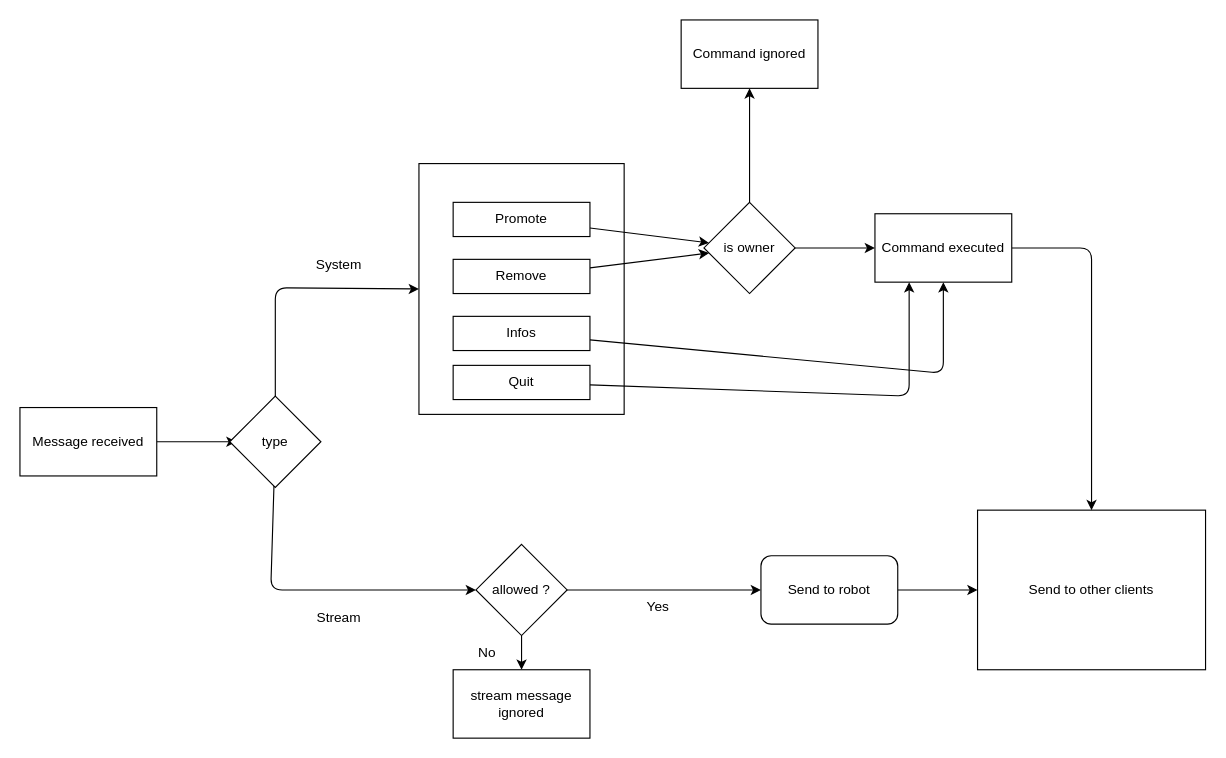
Before: docs/protocol.drawio in Neutron-robotics/neutron-connection, a draw.io diagram. Source tidied: cells renumbered, new cells numbered last; positions are measured from the earlier drawing's top-left corner, leaving out a move shared by most shapes. Both pictures are drawn from the tidied source at 114%, with x=0, y=0 at pixel (19, 19).
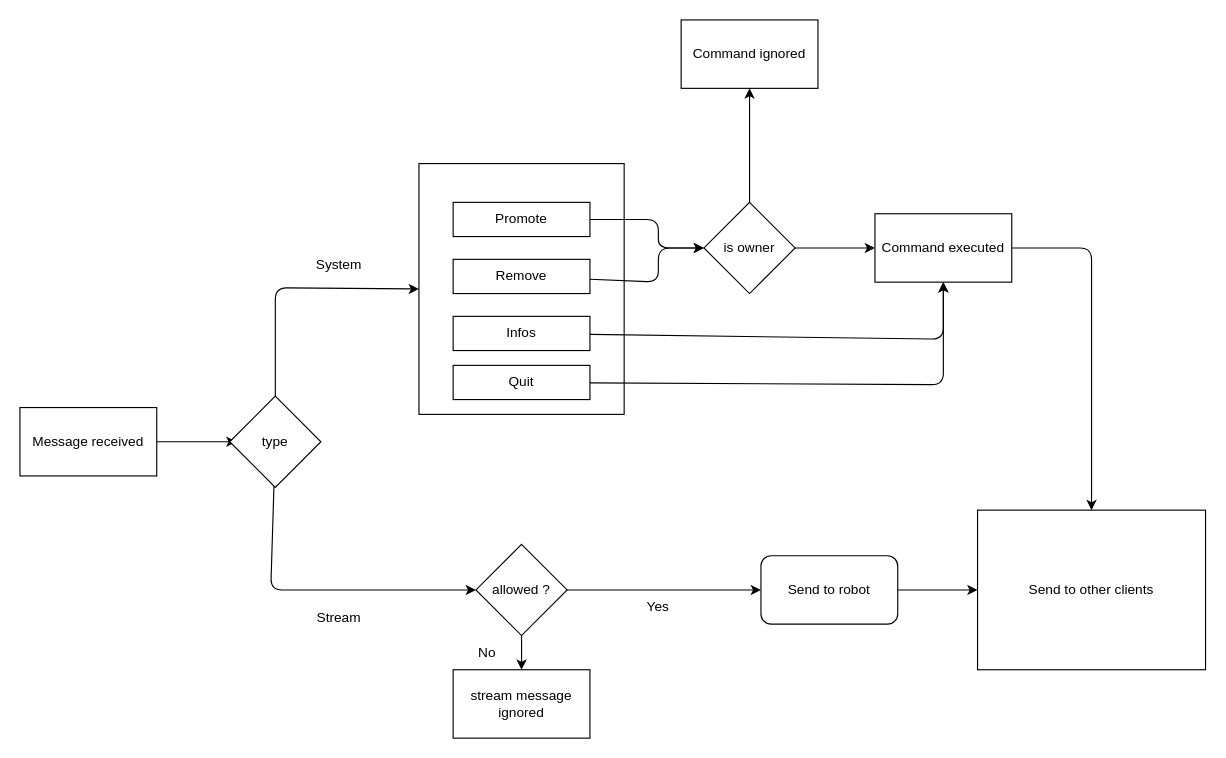
After the change.

Commit message (it also covers changes not shown here):
update README and improve drawio diagrams

The change refers to these unchanged cells:
```xml
<mxCell id="12" value="Promote" style="rounded=0;whiteSpace=wrap;html=1;" parent="1" vertex="1">
  <mxGeometry x="380" y="160" width="120" height="30" as="geometry" />
</mxCell>
<mxCell id="14" value="Remove" style="rounded=0;whiteSpace=wrap;html=1;" parent="1" vertex="1">
  <mxGeometry x="380" y="210" width="120" height="30" as="geometry" />
</mxCell>
<mxCell id="16" value="Infos" style="rounded=0;whiteSpace=wrap;html=1;" parent="1" vertex="1">
  <mxGeometry x="380" y="260" width="120" height="30" as="geometry" />
</mxCell>
<mxCell id="18" value="Quit" style="rounded=0;whiteSpace=wrap;html=1;" parent="1" vertex="1">
  <mxGeometry x="380" y="303" width="120" height="30" as="geometry" />
</mxCell>
<mxCell id="21" value="is owner" style="rhombus;whiteSpace=wrap;html=1;" parent="1" vertex="1">
  <mxGeometry x="600" y="160" width="80" height="80" as="geometry" />
</mxCell>
<mxCell id="24" value="Command executed" style="rounded=0;whiteSpace=wrap;html=1;" parent="1" vertex="1">
  <mxGeometry x="750" y="170" width="120" height="60" as="geometry" />
</mxCell>
```

Diff of the diagram source:
```diff
@@
     <mxCell id="11" style="edgeStyle=none;html=1;" parent="1" edge="1" source="12" target="21">
-      <mxGeometry relative="1" as="geometry" />
+      <mxGeometry relative="1" as="geometry">
+        <Array as="points">
+          <mxPoint x="560" y="175" />
+          <mxPoint x="560" y="200" />
+        </Array>
+      </mxGeometry>
     </mxCell>
@@
     <mxCell id="13" style="edgeStyle=none;html=1;" parent="1" edge="1" source="14" target="21">
-      <mxGeometry relative="1" as="geometry" />
+      <mxGeometry relative="1" as="geometry">
+        <Array as="points">
+          <mxPoint x="560" y="230" />
+          <mxPoint x="560" y="200" />
+        </Array>
+      </mxGeometry>
     </mxCell>
@@
     <mxCell id="15" style="edgeStyle=none;html=1;entryX=0.5;entryY=1;entryDx=0;entryDy=0;" parent="1" edge="1" source="16" target="24">
       <mxGeometry relative="1" as="geometry">
         <Array as="points">
-          <mxPoint x="810" y="310" />
+          <mxPoint x="810" y="280" />
         </Array>
       </mxGeometry>
     </mxCell>
@@
-    <mxCell id="17" style="edgeStyle=none;html=1;entryX=0.25;entryY=1;entryDx=0;entryDy=0;" parent="1" edge="1" source="18" target="24">
+    <mxCell id="17" style="edgeStyle=none;html=1;entryX=0.5;entryY=1;entryDx=0;entryDy=0;" parent="1" edge="1" source="18" target="24">
       <mxGeometry relative="1" as="geometry">
         <Array as="points">
-          <mxPoint x="780" y="330" />
+          <mxPoint x="810" y="320" />
         </Array>
       </mxGeometry>
     </mxCell>
```
